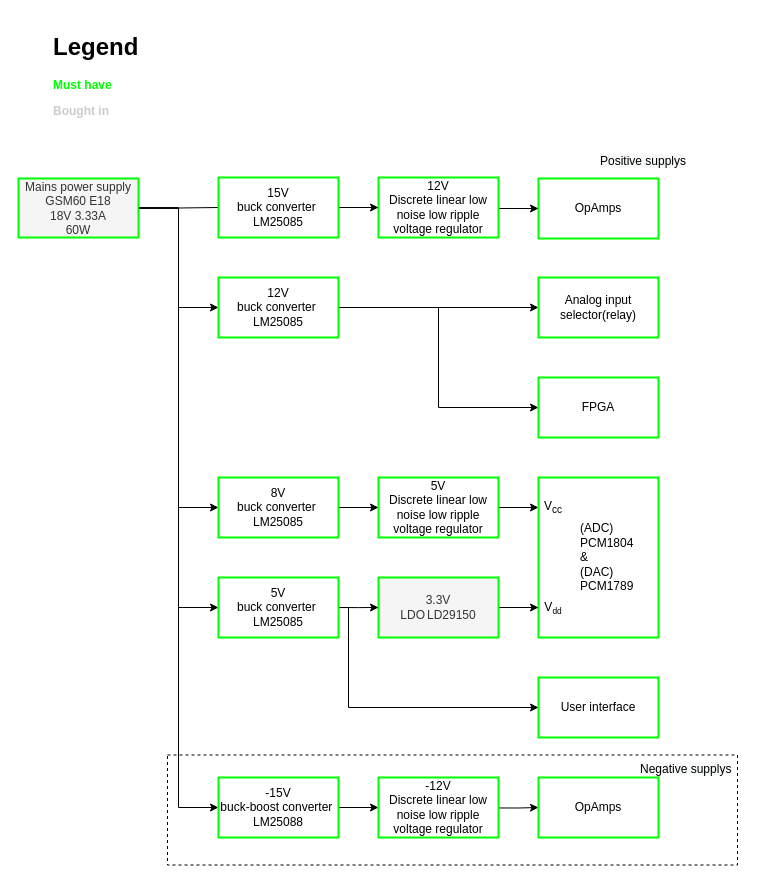
Before: Block diagrams/System design/Power supply.drawio in HeinVerhallen/Audio-DSP, a draw.io diagram. Source tidied: cells renumbered, new cells numbered last; positions are measured from the earlier drawing's top-left corner, leaving out a move shared by most shapes. Both pictures are drawn from the tidied source at 100%, with x=0, y=0 at pixel (18, 27).
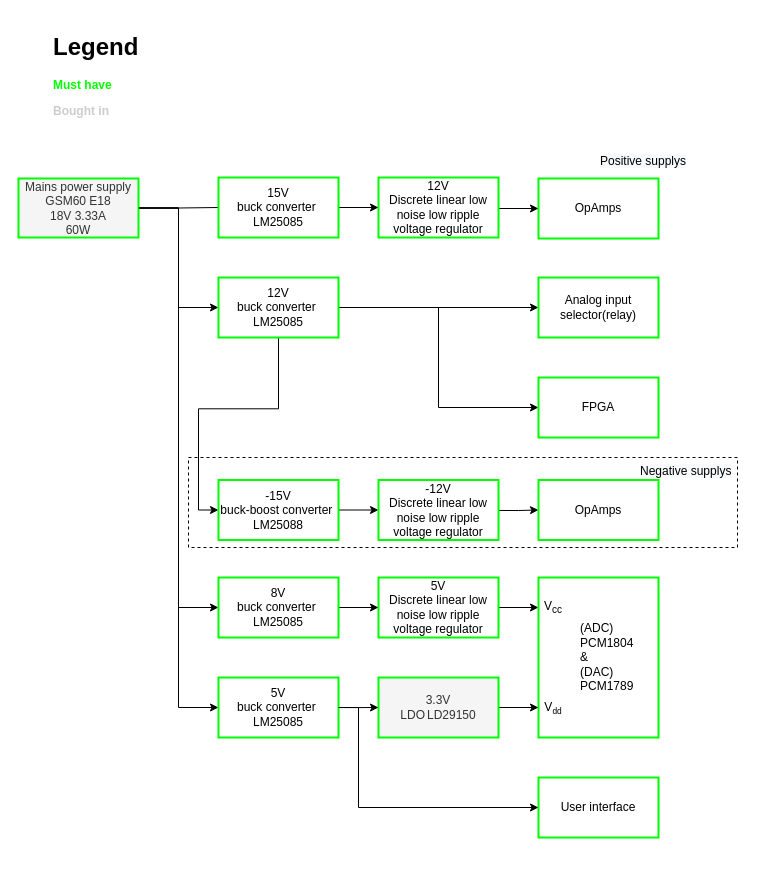
The same page after the edit.

The change refers to these unchanged cells:
```xml
<mxCell id="7" value="Mains power supply&lt;br&gt;GSM60 E18&lt;br&gt;18V 3.33A&lt;br&gt;60W" style="rounded=0;whiteSpace=wrap;html=1;strokeColor=#00FF00;strokeWidth=2;fillColor=#f5f5f5;fontColor=#333333;" parent="1" vertex="1">
  <mxGeometry y="151" width="120" height="59" as="geometry" />
</mxCell>
<mxCell id="13" value="12V &lt;br&gt;buck converter&amp;nbsp; LM25085" style="rounded=0;whiteSpace=wrap;html=1;strokeColor=#00FF00;strokeWidth=2;" parent="1" vertex="1">
  <mxGeometry x="200" y="250" width="120" height="60" as="geometry" />
</mxCell>
```

The edit, as a diff of the source:
```diff
@@
     <mxCell id="2" style="rounded=0;whiteSpace=wrap;html=1;dashed=1;fillColor=none;" parent="1" vertex="1">
-      <mxGeometry x="149" y="727.5" width="570" height="110" as="geometry" />
+      <mxGeometry x="170" y="430" width="549" height="90" as="geometry" />
     </mxCell>
-    <mxCell id="3" style="edgeStyle=orthogonalEdgeStyle;rounded=0;jettySize=auto;html=1;exitX=1;exitY=0.5;exitDx=0;exitDy=0;entryX=0;entryY=0.5;entryDx=0;entryDy=0;" parent="1" edge="1" source="7" target="38">
-      <mxGeometry relative="1" as="geometry">
-        <Array as="points">
-          <mxPoint x="160" y="181" />
-          <mxPoint x="160" y="780" />
-        </Array>
-      </mxGeometry>
-    </mxCell>
@@
     <mxCell id="5" style="edgeStyle=orthogonalEdgeStyle;rounded=0;jettySize=auto;html=1;entryX=0;entryY=0.5;entryDx=0;entryDy=0;strokeColor=#050001;fontColor=default;" parent="1" edge="1" source="7" target="35">
       <mxGeometry relative="1" as="geometry">
         <Array as="points">
-          <mxPoint x="160" y="180" />
-          <mxPoint x="160" y="580" />
+          <mxPoint x="160" y="181" />
+          <mxPoint x="160" y="680" />
         </Array>
       </mxGeometry>
     </mxCell>
     <mxCell id="6" style="edgeStyle=orthogonalEdgeStyle;rounded=0;jettySize=auto;html=1;entryX=0;entryY=0.5;entryDx=0;entryDy=0;" parent="1" edge="1" source="7" target="34">
       <mxGeometry relative="1" as="geometry">
         <Array as="points">
           <mxPoint x="160" y="181" />
-          <mxPoint x="160" y="480" />
+          <mxPoint x="160" y="580" />
         </Array>
       </mxGeometry>
     </mxCell>
@@
     <mxCell id="10" value="5V &lt;br&gt;Discrete linear low noise low ripple voltage regulator" style="rounded=0;whiteSpace=wrap;html=1;strokeColor=#00FF00;strokeWidth=2;" parent="1" vertex="1">
-      <mxGeometry x="360" y="450" width="120" height="60" as="geometry" />
+      <mxGeometry x="360" y="550" width="120" height="60" as="geometry" />
     </mxCell>
@@
+    <mxCell id="41" style="edgeStyle=orthogonalEdgeStyle;rounded=0;jettySize=auto;html=1;entryX=0;entryY=0.5;entryDx=0;entryDy=0;" parent="1" edge="1" source="13" target="38">
+      <mxGeometry relative="1" as="geometry" />
+    </mxCell>
@@
     <mxCell id="15" value="User interface" style="rounded=0;whiteSpace=wrap;html=1;strokeColor=#00FF00;strokeWidth=2;" parent="1" vertex="1">
-      <mxGeometry x="520" y="650" width="120" height="60" as="geometry" />
+      <mxGeometry x="520" y="750" width="120" height="60" as="geometry" />
     </mxCell>
@@
     <mxCell id="19" value="OpAmps" style="rounded=0;whiteSpace=wrap;html=1;strokeColor=#00FF00;strokeWidth=2;" parent="1" vertex="1">
-      <mxGeometry x="520" y="750" width="120" height="60" as="geometry" />
+      <mxGeometry x="520" y="452.5" width="120" height="60" as="geometry" />
     </mxCell>
@@
     <mxCell id="21" value="&lt;span style=&quot;color: rgb(0 , 0 , 0) ; font-family: &amp;#34;helvetica&amp;#34; ; font-size: 12px ; font-style: normal ; font-weight: 400 ; letter-spacing: normal ; text-align: center ; text-indent: 0px ; text-transform: none ; word-spacing: 0px ; background-color: rgb(248 , 249 , 250) ; display: inline ; float: none&quot;&gt;Negative supplys&lt;/span&gt;" style="text;whiteSpace=wrap;html=1;strokeColor=none;strokeWidth=1;dashed=1;" parent="1" vertex="1">
-      <mxGeometry x="620" y="727.5" width="110" height="30" as="geometry" />
+      <mxGeometry x="620" y="430" width="110" height="30" as="geometry" />
     </mxCell>
     <mxCell id="22" value="&lt;blockquote style=&quot;margin: 0 0 0 40px; border: none; padding: 0px;&quot;&gt;&lt;p style=&quot;line-height: 120%;&quot;&gt;(ADC) PCM1804 &lt;br&gt;&amp;amp; &lt;br&gt;(DAC) PCM1789&lt;/p&gt;&lt;/blockquote&gt;" style="rounded=0;whiteSpace=wrap;html=1;shadow=0;fillColor=none;align=left;strokeColor=#00FF00;strokeWidth=2;" parent="1" vertex="1">
-      <mxGeometry x="520" y="450" width="120" height="160" as="geometry" />
+      <mxGeometry x="520" y="550" width="120" height="160" as="geometry" />
     </mxCell>
     <mxCell id="23" value="V&lt;sub&gt;cc&lt;/sub&gt;" style="rounded=0;whiteSpace=wrap;html=1;shadow=0;dashed=1;fontColor=#000000;fillColor=none;strokeColor=none;strokeWidth=2;" parent="1" vertex="1">
-      <mxGeometry x="520" y="457.5" width="30" height="45" as="geometry" />
+      <mxGeometry x="520" y="557.5" width="30" height="45" as="geometry" />
     </mxCell>
@@
     <mxCell id="25" value="3.3V &lt;br&gt;LDO&lt;span style=&quot;white-space: pre;&quot;&gt;&#9;&lt;/span&gt;LD29150" style="rounded=0;whiteSpace=wrap;html=1;strokeColor=#00FF00;strokeWidth=2;fillColor=#f5f5f5;fontColor=#333333;" parent="1" vertex="1">
-      <mxGeometry x="360" y="550" width="120" height="60" as="geometry" />
+      <mxGeometry x="360" y="650" width="120" height="60" as="geometry" />
     </mxCell>
-    <mxCell id="26" style="edgeStyle=orthogonalEdgeStyle;rounded=0;orthogonalLoop=1;jettySize=auto;html=1;exitX=0.5;exitY=1;exitDx=0;exitDy=0;strokeColor=#00FF00;fontColor=default;strokeWidth=2;" parent="1" edge="1" source="2" target="2">
-      <mxGeometry relative="1" as="geometry" />
+    <mxCell id="26" style="edgeStyle=orthogonalEdgeStyle;rounded=0;orthogonalLoop=1;jettySize=auto;html=1;exitX=0.5;exitY=1;exitDx=0;exitDy=0;strokeColor=#00FF00;fontColor=default;strokeWidth=2;" parent="1" edge="1">
+      <mxGeometry relative="1" as="geometry">
+        <mxPoint x="430.5" y="490" as="sourcePoint" />
+        <mxPoint x="430.5" y="490" as="targetPoint" />
+      </mxGeometry>
     </mxCell>
     <mxCell id="27" style="edgeStyle=orthogonalEdgeStyle;rounded=0;jettySize=auto;html=1;entryX=0;entryY=0.5;entryDx=0;entryDy=0;strokeColor=#000000;fontColor=default;exitX=1.003;exitY=0.501;exitDx=0;exitDy=0;exitPerimeter=0;strokeWidth=1;" parent="1" edge="1" source="35" target="25">
       <mxGeometry relative="1" as="geometry">
         <Array as="points">
-          <mxPoint x="340" y="580" />
-          <mxPoint x="340" y="580" />
+          <mxPoint x="340" y="680" />
+          <mxPoint x="340" y="680" />
         </Array>
       </mxGeometry>
     </mxCell>
-    <mxCell id="28" style="edgeStyle=orthogonalEdgeStyle;rounded=0;jettySize=auto;html=1;entryX=0;entryY=0.5;entryDx=0;entryDy=0;strokeColor=#000000;strokeWidth=1;" parent="1" edge="1" source="35" target="15">
-      <mxGeometry relative="1" as="geometry">
-        <Array as="points">
-          <mxPoint x="330" y="580" />
-          <mxPoint x="330" y="680" />
-        </Array>
-      </mxGeometry>
-    </mxCell>
@@
     <mxCell id="31" value="V&lt;span style=&quot;font-size: 10px;&quot;&gt;&lt;sub&gt;dd&lt;/sub&gt;&lt;/span&gt;" style="rounded=0;whiteSpace=wrap;html=1;shadow=0;dashed=1;fontColor=#000000;fillColor=none;strokeColor=none;strokeWidth=2;" parent="1" vertex="1">
-      <mxGeometry x="520" y="557.5" width="30" height="45" as="geometry" />
+      <mxGeometry x="520" y="657.5" width="30" height="45" as="geometry" />
     </mxCell>
@@
     <mxCell id="34" value="8V &lt;br&gt;buck converter&amp;nbsp; LM25085" style="rounded=0;whiteSpace=wrap;html=1;strokeColor=#00FF00;strokeWidth=2;" parent="1" vertex="1">
-      <mxGeometry x="200" y="450" width="120" height="60" as="geometry" />
+      <mxGeometry x="200" y="550" width="120" height="60" as="geometry" />
     </mxCell>
     <mxCell id="35" value="5V &lt;br&gt;buck converter&amp;nbsp; LM25085" style="rounded=0;whiteSpace=wrap;html=1;strokeColor=#00FF00;strokeWidth=2;" parent="1" vertex="1">
-      <mxGeometry x="200" y="550" width="120" height="60" as="geometry" />
+      <mxGeometry x="200" y="650" width="120" height="60" as="geometry" />
     </mxCell>
@@
     <mxCell id="38" value="-15V &lt;br&gt;buck-boost converter&amp;nbsp; LM25088" style="rounded=0;whiteSpace=wrap;html=1;strokeColor=#00FF00;strokeWidth=2;" parent="1" vertex="1">
-      <mxGeometry x="200" y="750" width="120" height="60" as="geometry" />
+      <mxGeometry x="200" y="452.5" width="120" height="60" as="geometry" />
     </mxCell>
     <mxCell id="39" value="-12V &lt;br&gt;Discrete linear low noise low ripple voltage regulator" style="rounded=0;whiteSpace=wrap;html=1;strokeColor=#00FF00;strokeWidth=2;" parent="1" vertex="1">
-      <mxGeometry x="360" y="750" width="120" height="60" as="geometry" />
+      <mxGeometry x="360" y="452.5" width="120" height="60" as="geometry" />
     </mxCell>
@@
+    <mxCell id="28" style="edgeStyle=orthogonalEdgeStyle;rounded=0;jettySize=auto;html=1;entryX=0;entryY=0.5;entryDx=0;entryDy=0;strokeColor=#000000;strokeWidth=1;" parent="1" edge="1" source="35" target="15">
+      <mxGeometry relative="1" as="geometry">
+        <Array as="points">
+          <mxPoint x="340" y="680" />
+          <mxPoint x="340" y="780" />
+        </Array>
+      </mxGeometry>
+    </mxCell>
```
